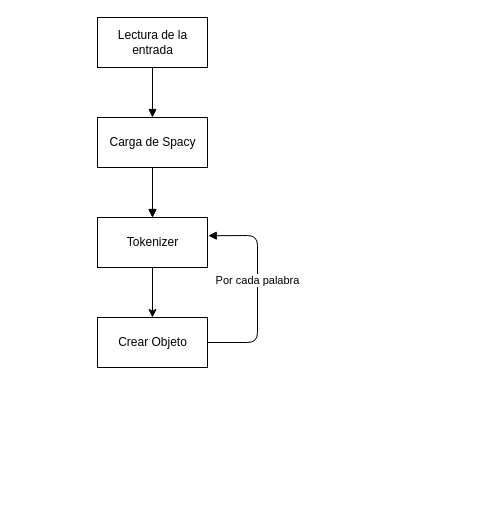
Before: Documentación/Imagenes/Bitmap/Diagramas/caracPala.drawio in NILGroup/TFG-1819-PictoTexto, a draw.io diagram. Source tidied: cells renumbered, new cells numbered last; positions are measured from the earlier drawing's top-left corner, leaving out a move shared by most shapes. Both pictures are drawn from the tidied source at 100%, with x=0, y=0 at pixel (97, 17).
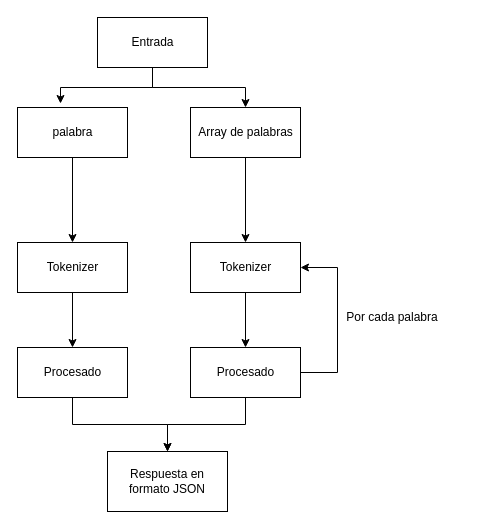
Above is the later version.

What changed in the source:
```diff
@@
+    <mxCell id="11" style="edgeStyle=orthogonalEdgeStyle;rounded=0;jettySize=auto;html=1;entryX=0.5;entryY=0;entryDx=0;entryDy=0;" parent="1" edge="1" source="2" target="14">
+      <mxGeometry relative="1" as="geometry" />
+    </mxCell>
+    <mxCell id="6" style="edgeStyle=orthogonalEdgeStyle;rounded=0;jettySize=auto;html=1;entryX=0.391;entryY=-0.08;entryDx=0;entryDy=0;entryPerimeter=0;" parent="1" edge="1" source="2" target="4">
+      <mxGeometry relative="1" as="geometry" />
+    </mxCell>
-    <mxCell id="2" value="Lectura de la &lt;br&gt;entrada&lt;br&gt;" style="html=1;" parent="1" vertex="1">
+    <mxCell id="2" value="Entrada&lt;br&gt;" style="html=1;" parent="1" vertex="1">
       <mxGeometry width="110" height="50" as="geometry" />
     </mxCell>
@@
-    <mxCell id="4" value="Carga de Spacy" style="html=1;" parent="1" vertex="1">
-      <mxGeometry y="100" width="110" height="50" as="geometry" />
+    <mxCell id="4" value="palabra" style="html=1;" parent="1" vertex="1">
+      <mxGeometry x="-80" y="90" width="110" height="50" as="geometry" />
     </mxCell>
     <mxCell id="5" value="Tokenizer&lt;br&gt;" style="html=1;" parent="1" vertex="1">
-      <mxGeometry y="200" width="110" height="50" as="geometry" />
+      <mxGeometry x="-80" y="225" width="110" height="50" as="geometry" />
     </mxCell>
-    <mxCell id="6" style="html=1;verticalAlign=bottom;endArrow=block;entryX=0.5;entryY=0;entryDx=0;entryDy=0;" parent="1" edge="1" source="2" target="4">
-      <mxGeometry relative="1" as="geometry" />
-    </mxCell>
-    <mxCell id="7" style="html=1;verticalAlign=bottom;endArrow=block;entryX=0.5;entryY=0;entryDx=0;entryDy=0;" parent="1" edge="1">
-      <mxGeometry relative="1" as="geometry">
-        <mxPoint x="55" y="150" as="sourcePoint" />
-        <mxPoint x="55" y="200" as="targetPoint" />
-      </mxGeometry>
-    </mxCell>
+    <mxCell id="12" style="edgeStyle=orthogonalEdgeStyle;rounded=0;jettySize=auto;html=1;" parent="1" edge="1" source="8" target="15">
+      <mxGeometry relative="1" as="geometry" />
+    </mxCell>
-    <mxCell id="8" value="Crear Objeto&lt;br&gt;" style="html=1;" parent="1" vertex="1">
-      <mxGeometry y="300" width="110" height="50" as="geometry" />
+    <mxCell id="8" value="Procesado" style="html=1;" parent="1" vertex="1">
+      <mxGeometry x="-80" y="330" width="110" height="50" as="geometry" />
     </mxCell>
@@
+    <mxCell id="13" style="edgeStyle=orthogonalEdgeStyle;rounded=0;jettySize=auto;html=1;" parent="1" edge="1" source="14" target="16">
+      <mxGeometry relative="1" as="geometry" />
+    </mxCell>
+    <mxCell id="14" value="Array de palabras" style="html=1;" parent="1" vertex="1">
+      <mxGeometry x="93" y="90" width="110" height="50" as="geometry" />
+    </mxCell>
+    <mxCell id="15" value="Respuesta en formato JSON" style="rounded=0;whiteSpace=wrap;html=1;" parent="1" vertex="1">
+      <mxGeometry x="10" y="434" width="120" height="60" as="geometry" />
+    </mxCell>
+    <mxCell id="16" value="Tokenizer&lt;br&gt;" style="html=1;" parent="1" vertex="1">
+      <mxGeometry x="93" y="225" width="110" height="50" as="geometry" />
+    </mxCell>
+    <mxCell id="17" style="edgeStyle=orthogonalEdgeStyle;rounded=0;jettySize=auto;html=1;exitX=0.5;exitY=1;exitDx=0;exitDy=0;" parent="1" edge="1" source="19" target="15">
+      <mxGeometry relative="1" as="geometry" />
+    </mxCell>
+    <mxCell id="18" style="edgeStyle=orthogonalEdgeStyle;rounded=0;jettySize=auto;html=1;entryX=1;entryY=0.5;entryDx=0;entryDy=0;exitX=1;exitY=0.5;exitDx=0;exitDy=0;" parent="1" edge="1" source="19" target="16">
+      <mxGeometry relative="1" as="geometry">
+        <Array as="points">
+          <mxPoint x="240" y="355" />
+          <mxPoint x="240" y="250" />
+        </Array>
+      </mxGeometry>
+    </mxCell>
+    <mxCell id="19" value="Procesado" style="html=1;" parent="1" vertex="1">
+      <mxGeometry x="93" y="330" width="110" height="50" as="geometry" />
+    </mxCell>
+    <mxCell id="20" style="edgeStyle=orthogonalEdgeStyle;rounded=0;jettySize=auto;html=1;exitX=0.5;exitY=1;exitDx=0;exitDy=0;entryX=0.5;entryY=0;entryDx=0;entryDy=0;" parent="1" edge="1" source="16" target="19">
+      <mxGeometry relative="1" as="geometry" />
+    </mxCell>
-    <mxCell id="10" value="Por cada palabra" style="html=1;verticalAlign=bottom;endArrow=block;exitX=1;exitY=0.5;exitDx=0;exitDy=0;entryX=1.007;entryY=0.364;entryDx=0;entryDy=0;entryPerimeter=0;" parent="1" edge="1" source="8" target="5">
-      <mxGeometry relative="1" as="geometry">
-        <Array as="points">
-          <mxPoint x="160" y="325" />
-          <mxPoint x="160" y="218" />
-        </Array>
-      </mxGeometry>
+    <mxCell id="10" value="Por cada palabra" style="text;html=1;strokeColor=none;fillColor=none;align=center;verticalAlign=middle;whiteSpace=wrap;rounded=0;" parent="1" vertex="1">
+      <mxGeometry x="220" y="290" width="150" height="20" as="geometry" />
     </mxCell>
```
